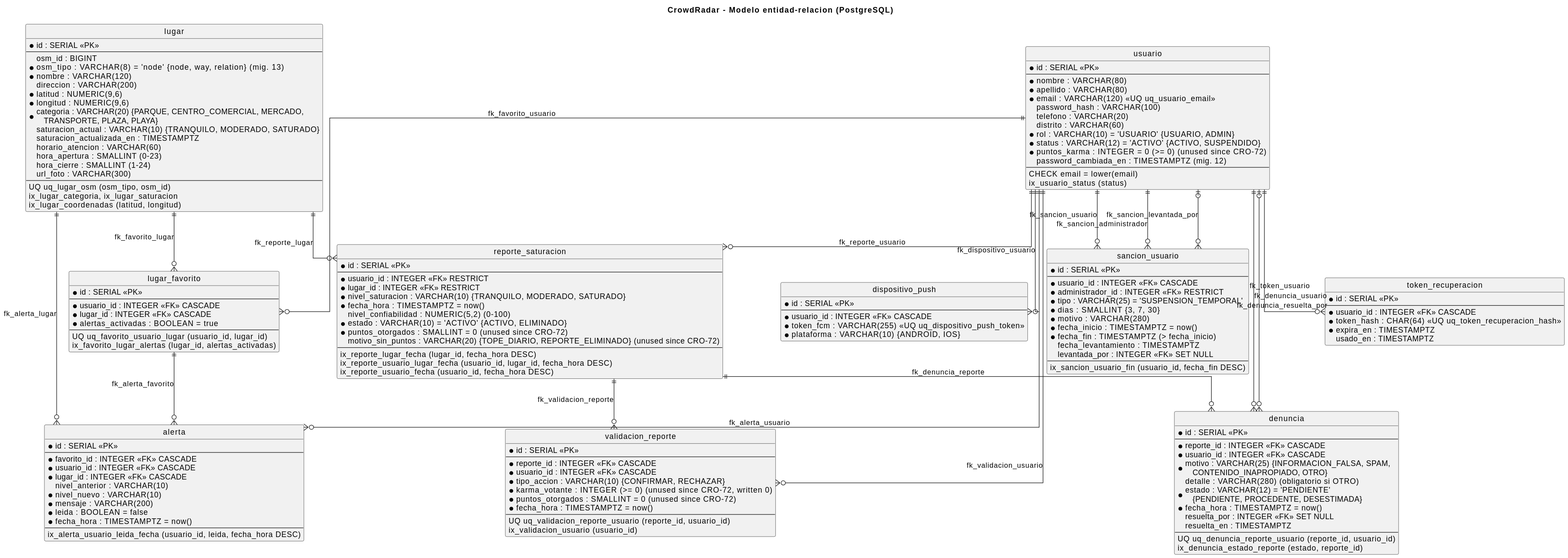
Above: docs/diagramas/er.svg in Walturx/CrowdRadar-Backend (PlantUML), before the change.
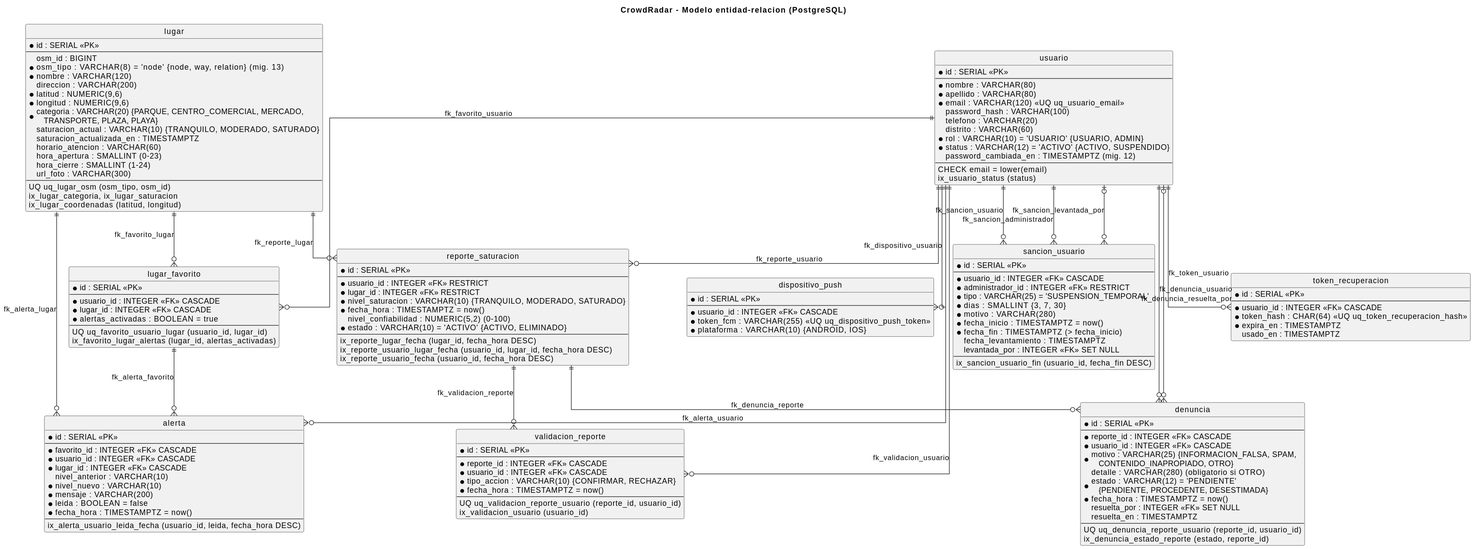
The same file after the commit.

What changed in the source:
```diff
@@ -19,7 +19,6 @@
   distrito : VARCHAR(60)
   * rol : VARCHAR(10) = 'USUARIO' {USUARIO, ADMIN}
   * status : VARCHAR(12) = 'ACTIVO' {ACTIVO, SUSPENDIDO}
-  * puntos_karma : INTEGER = 0 (>= 0) (unused since CRO-72)
   password_cambiada_en : TIMESTAMPTZ (mig. 12)
   --
   CHECK email = lower(email)
@@ -57,8 +56,6 @@
   * fecha_hora : TIMESTAMPTZ = now()
   nivel_confiabilidad : NUMERIC(5,2) (0-100)
   * estado : VARCHAR(10) = 'ACTIVO' {ACTIVO, ELIMINADO}
-  * puntos_otorgados : SMALLINT = 0 (unused since CRO-72)
-  motivo_sin_puntos : VARCHAR(20) {TOPE_DIARIO, REPORTE_ELIMINADO} (unused since CRO-72)
   --
   ix_reporte_lugar_fecha (lugar_id, fecha_hora DESC)
   ix_reporte_usuario_lugar_fecha (usuario_id, lugar_id, fecha_hora DESC)
@@ -71,8 +68,6 @@
   * reporte_id : INTEGER <<FK>> CASCADE
   * usuario_id : INTEGER <<FK>> CASCADE
   * tipo_accion : VARCHAR(10) {CONFIRMAR, RECHAZAR}
-  * karma_votante : INTEGER (>= 0) (unused since CRO-72, written 0)
-  * puntos_otorgados : SMALLINT = 0 (unused since CRO-72)
   * fecha_hora : TIMESTAMPTZ = now()
   --
   UQ uq_validacion_reporte_usuario (reporte_id, usuario_id)
```
